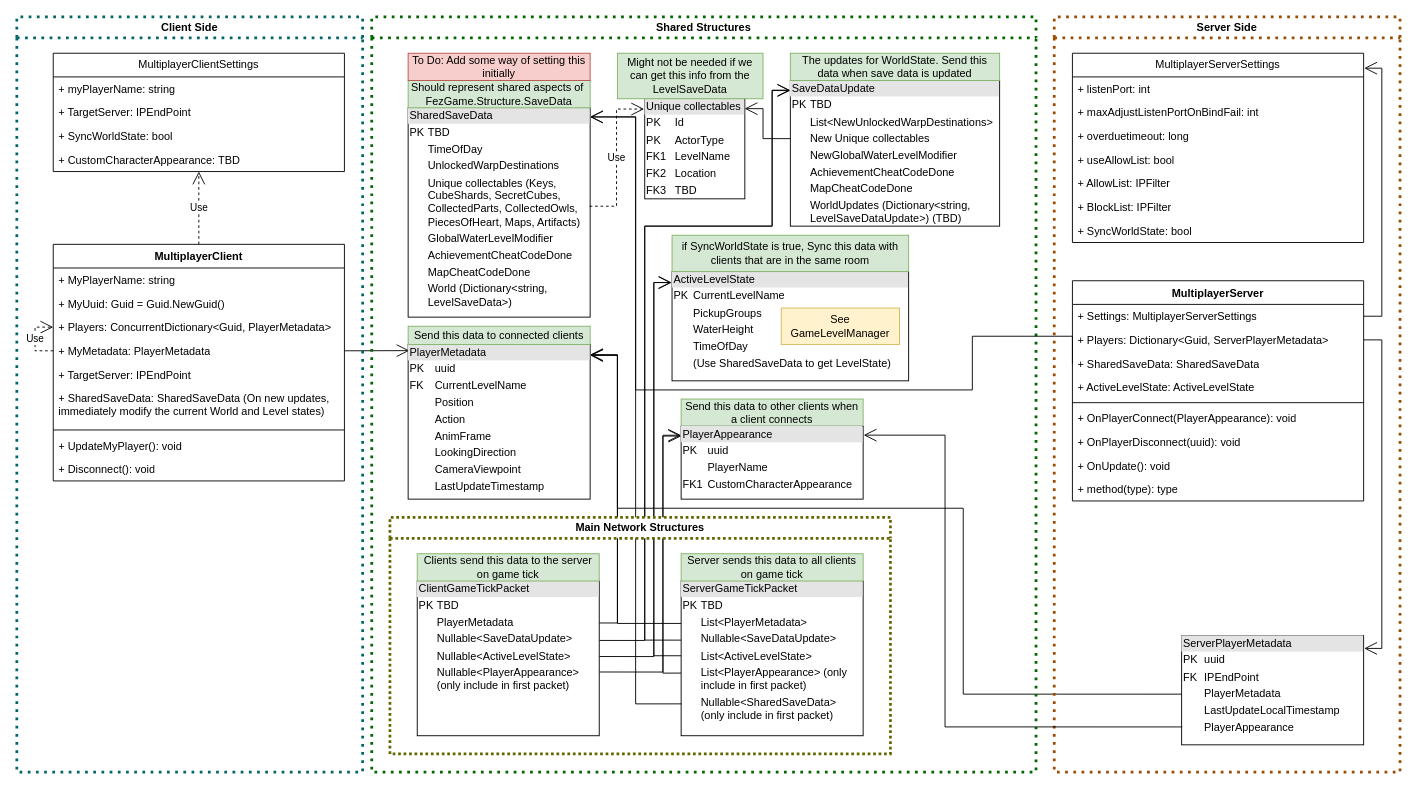
FEZModding/FezMultiplayerMod keeps this draw.io diagram as UMLDiagram.drawio. Above is the earlier version. Source tidied: cells renumbered, new cells numbered last; positions are measured from the earlier drawing's top-left corner, leaving out a move shared by most shapes. Both pictures are drawn from the tidied source at 91%, with x=0, y=0 at pixel (16, 16).
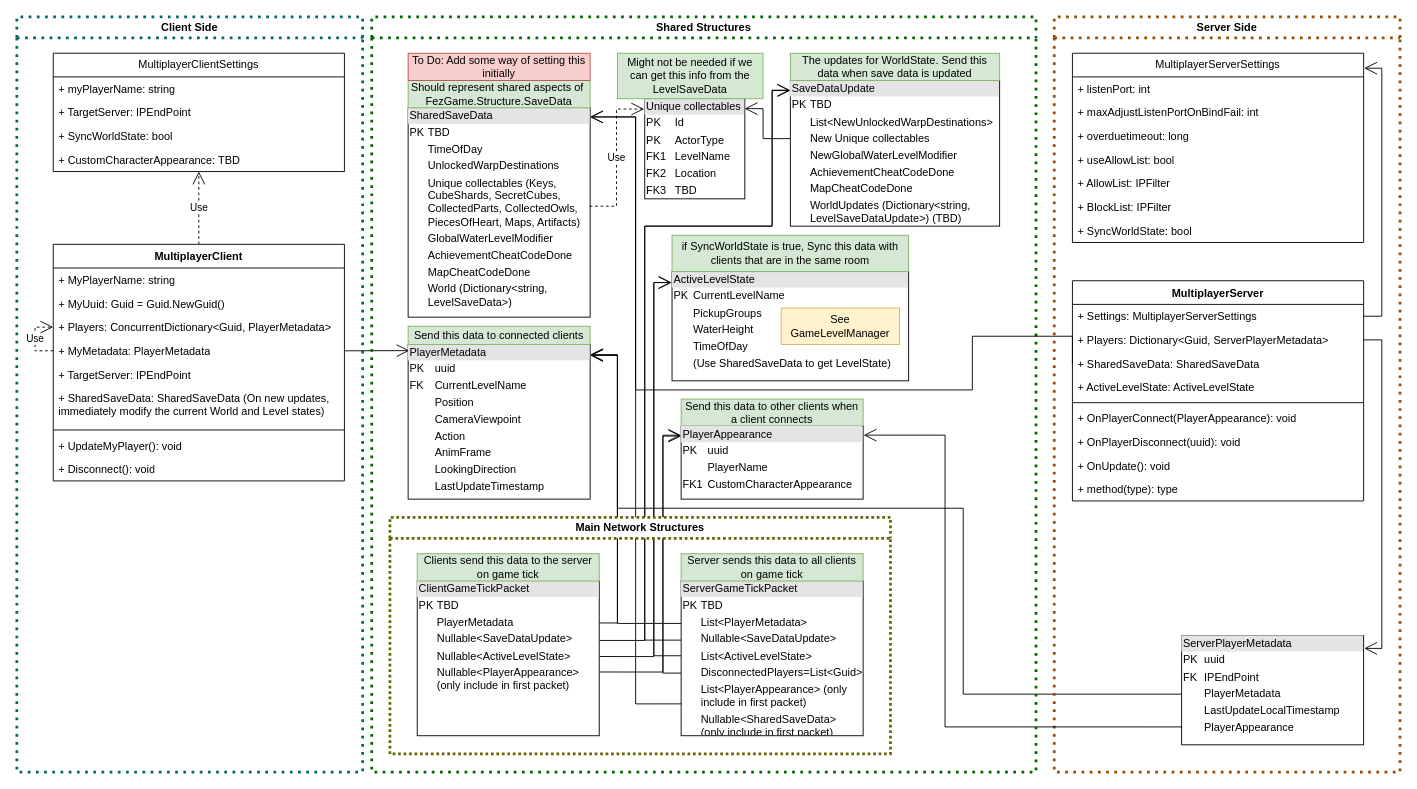
After the change.

Unchanged cells that the change refers to:
```xml
<mxCell id="45" value="Shared Structures" style="swimlane;whiteSpace=wrap;html=1;strokeColor=#006600;dashed=1;dashPattern=1 2;strokeWidth=3;glass=0;rounded=0;swimlaneLine=1;" parent="1" vertex="1">
  <mxGeometry x="390" width="730" height="830" as="geometry" />
</mxCell>
```

Diff of the diagram source:
```diff
@@
-    <mxCell id="46" value="&lt;div style=&quot;box-sizing:border-box;width:100%;background:#e4e4e4;padding:2px;&quot;&gt;PlayerMetadata&lt;/div&gt;&lt;table style=&quot;width:100%;font-size:1em;&quot; cellpadding=&quot;2&quot; cellspacing=&quot;0&quot;&gt;&lt;tbody&gt;&lt;tr&gt;&lt;td&gt;PK&lt;/td&gt;&lt;td&gt;uuid&lt;/td&gt;&lt;/tr&gt;&lt;tr&gt;&lt;td&gt;FK&lt;/td&gt;&lt;td&gt;CurrentLevelName&lt;br&gt;&lt;/td&gt;&lt;/tr&gt;&lt;tr&gt;&lt;td&gt;&lt;br&gt;&lt;/td&gt;&lt;td&gt;Position&lt;br&gt;&lt;/td&gt;&lt;/tr&gt;&lt;tr&gt;&lt;td&gt;&lt;br&gt;&lt;/td&gt;&lt;td&gt;Action&lt;br&gt;&lt;/td&gt;&lt;/tr&gt;&lt;tr&gt;&lt;td&gt;&lt;br&gt;&lt;/td&gt;&lt;td&gt;AnimFrame&lt;br&gt;&lt;/td&gt;&lt;/tr&gt;&lt;tr&gt;&lt;td&gt;&lt;br&gt;&lt;/td&gt;&lt;td&gt;LookingDirection&lt;br&gt;&lt;/td&gt;&lt;/tr&gt;&lt;tr&gt;&lt;td&gt;&lt;br&gt;&lt;/td&gt;&lt;td&gt;CameraViewpoint&lt;br&gt;&lt;/td&gt;&lt;/tr&gt;&lt;tr&gt;&lt;td&gt;&lt;br&gt;&lt;/td&gt;&lt;td&gt;LastUpdateTimestamp&lt;br&gt;&lt;/td&gt;&lt;/tr&gt;&lt;/tbody&gt;&lt;/table&gt;" style="verticalAlign=top;align=left;overflow=fill;html=1;whiteSpace=wrap;" parent="45" vertex="1">
+    <mxCell id="46" value="&lt;div style=&quot;box-sizing:border-box;width:100%;background:#e4e4e4;padding:2px;&quot;&gt;PlayerMetadata&lt;/div&gt;&lt;table style=&quot;width:100%;font-size:1em;&quot; cellpadding=&quot;2&quot; cellspacing=&quot;0&quot;&gt;&lt;tbody&gt;&lt;tr&gt;&lt;td&gt;PK&lt;/td&gt;&lt;td&gt;uuid&lt;/td&gt;&lt;/tr&gt;&lt;tr&gt;&lt;td&gt;FK&lt;/td&gt;&lt;td&gt;CurrentLevelName&lt;br&gt;&lt;/td&gt;&lt;/tr&gt;&lt;tr&gt;&lt;td&gt;&lt;br&gt;&lt;/td&gt;&lt;td&gt;Position&lt;br&gt;&lt;/td&gt;&lt;/tr&gt;&lt;tr&gt;&lt;td&gt;&lt;br&gt;&lt;/td&gt;&lt;td&gt;CameraViewpoint&lt;br&gt;&lt;/td&gt;&lt;/tr&gt;&lt;tr&gt;&lt;td&gt;&lt;br&gt;&lt;/td&gt;&lt;td&gt;Action&lt;br&gt;&lt;/td&gt;&lt;/tr&gt;&lt;tr&gt;&lt;td&gt;&lt;br&gt;&lt;/td&gt;&lt;td&gt;AnimFrame&lt;br&gt;&lt;/td&gt;&lt;/tr&gt;&lt;tr&gt;&lt;td&gt;&lt;br&gt;&lt;/td&gt;&lt;td&gt;LookingDirection&lt;br&gt;&lt;/td&gt;&lt;/tr&gt;&lt;tr&gt;&lt;td&gt;&lt;br&gt;&lt;/td&gt;&lt;td&gt;LastUpdateTimestamp&lt;br&gt;&lt;/td&gt;&lt;/tr&gt;&lt;/tbody&gt;&lt;/table&gt;" style="verticalAlign=top;align=left;overflow=fill;html=1;whiteSpace=wrap;" parent="45" vertex="1">
       <mxGeometry x="40" y="360" width="200" height="170" as="geometry" />
     </mxCell>
@@
-    <mxCell id="57" value="&lt;div style=&quot;box-sizing:border-box;width:100%;background:#e4e4e4;padding:2px;&quot;&gt;ServerGameTickPacket&lt;/div&gt;&lt;table style=&quot;width:100%;font-size:1em;&quot; cellpadding=&quot;2&quot; cellspacing=&quot;0&quot;&gt;&lt;tbody&gt;&lt;tr&gt;&lt;td&gt;PK&lt;/td&gt;&lt;td&gt;TBD&lt;/td&gt;&lt;/tr&gt;&lt;tr&gt;&lt;td&gt;&lt;br&gt;&lt;/td&gt;&lt;td&gt;List&amp;lt;PlayerMetadata&amp;gt;&lt;br&gt;&lt;/td&gt;&lt;/tr&gt;&lt;tr&gt;&lt;td&gt;&lt;br&gt;&lt;/td&gt;&lt;td&gt;Nullable&amp;lt;SaveDataUpdate&amp;gt;&lt;br&gt;&lt;/td&gt;&lt;/tr&gt;&lt;tr&gt;&lt;td&gt;&lt;br&gt;&lt;/td&gt;&lt;td&gt;List&amp;lt;ActiveLevelState&amp;gt;&lt;br&gt;&lt;/td&gt;&lt;/tr&gt;&lt;tr&gt;&lt;td&gt;&lt;br&gt;&lt;/td&gt;&lt;td&gt;List&amp;lt;PlayerAppearance&amp;gt; (only include in first packet)&lt;/td&gt;&lt;/tr&gt;&lt;tr&gt;&lt;td&gt;&lt;br&gt;&lt;/td&gt;&lt;td&gt;Nullable&amp;lt;SharedSaveData&amp;gt; (only include in first packet)&lt;/td&gt;&lt;/tr&gt;&lt;/tbody&gt;&lt;/table&gt;" style="verticalAlign=top;align=left;overflow=fill;html=1;whiteSpace=wrap;" parent="45" vertex="1">
+    <mxCell id="57" value="&lt;div style=&quot;box-sizing:border-box;width:100%;background:#e4e4e4;padding:2px;&quot;&gt;ServerGameTickPacket&lt;/div&gt;&lt;table style=&quot;width:100%;font-size:1em;&quot; cellpadding=&quot;2&quot; cellspacing=&quot;0&quot;&gt;&lt;tbody&gt;&lt;tr&gt;&lt;td&gt;PK&lt;/td&gt;&lt;td&gt;TBD&lt;/td&gt;&lt;/tr&gt;&lt;tr&gt;&lt;td&gt;&lt;br&gt;&lt;/td&gt;&lt;td&gt;List&amp;lt;PlayerMetadata&amp;gt;&lt;br&gt;&lt;/td&gt;&lt;/tr&gt;&lt;tr&gt;&lt;td&gt;&lt;br&gt;&lt;/td&gt;&lt;td&gt;Nullable&amp;lt;SaveDataUpdate&amp;gt;&lt;br&gt;&lt;/td&gt;&lt;/tr&gt;&lt;tr&gt;&lt;td&gt;&lt;br&gt;&lt;/td&gt;&lt;td&gt;List&amp;lt;ActiveLevelState&amp;gt;&lt;br&gt;&lt;/td&gt;&lt;/tr&gt;&lt;tr&gt;&lt;td&gt;&lt;br&gt;&lt;/td&gt;&lt;td&gt;DisconnectedPlayers=List&amp;lt;Guid&amp;gt;&lt;br&gt;&lt;/td&gt;&lt;/tr&gt;&lt;tr&gt;&lt;td&gt;&lt;br&gt;&lt;/td&gt;&lt;td&gt;List&amp;lt;PlayerAppearance&amp;gt; (only include in first packet)&lt;/td&gt;&lt;/tr&gt;&lt;tr&gt;&lt;td&gt;&lt;br&gt;&lt;/td&gt;&lt;td&gt;Nullable&amp;lt;SharedSaveData&amp;gt; (only include in first packet)&lt;/td&gt;&lt;/tr&gt;&lt;/tbody&gt;&lt;/table&gt;" style="verticalAlign=top;align=left;overflow=fill;html=1;whiteSpace=wrap;" parent="45" vertex="1">
       <mxGeometry x="340" y="620" width="200" height="170" as="geometry" />
     </mxCell>
```
